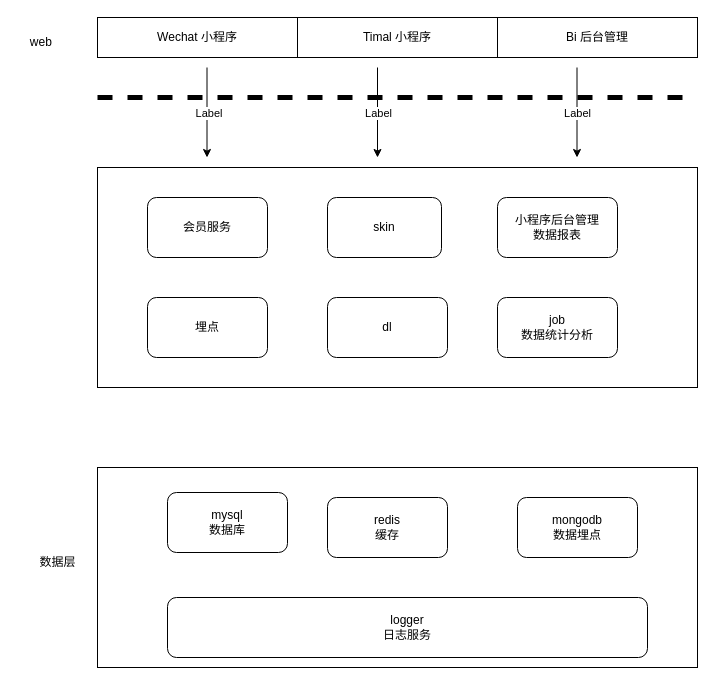
Above: skin-1.drawio in china-xs/kratos-study (draw.io), before the change. Source tidied: cells renumbered, new cells numbered last; positions are measured from the earlier drawing's top-left corner, leaving out a move shared by most shapes. Both pictures are drawn from the tidied source at 100%, with x=0, y=0 at pixel (17, 17).
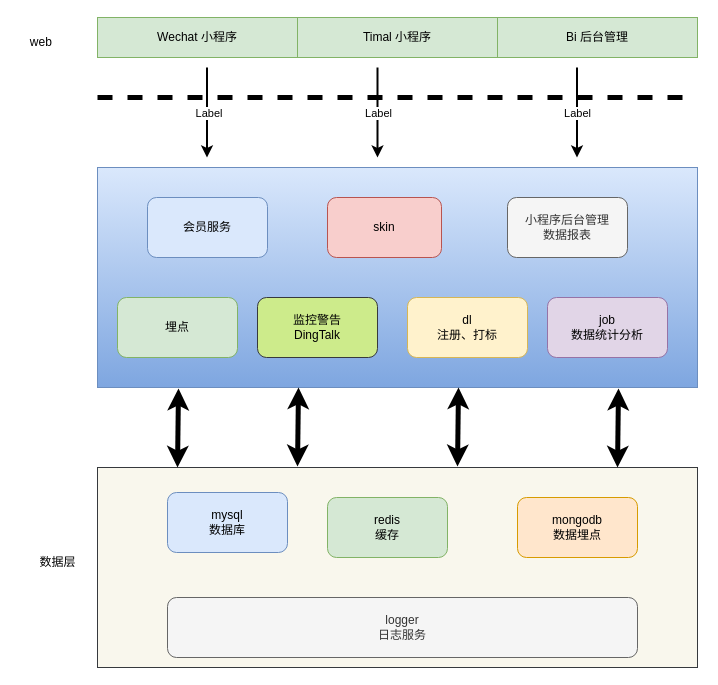
After the change.

The edit, as a diff of the source:
```diff
@@
-    <mxCell id="2" value="Wechat 小程序" style="rounded=0;whiteSpace=wrap;html=1;" parent="1" vertex="1">
+    <mxCell id="2" value="Wechat 小程序" style="rounded=0;whiteSpace=wrap;html=1;fillColor=#d5e8d4;strokeColor=#82b366;" parent="1" vertex="1">
       <mxGeometry x="80" width="200" height="40" as="geometry" />
     </mxCell>
-    <mxCell id="3" value="Timal 小程序" style="rounded=0;whiteSpace=wrap;html=1;" parent="1" vertex="1">
+    <mxCell id="3" value="Timal 小程序" style="rounded=0;whiteSpace=wrap;html=1;fillColor=#d5e8d4;strokeColor=#82b366;" parent="1" vertex="1">
       <mxGeometry x="280" width="200" height="40" as="geometry" />
     </mxCell>
-    <mxCell id="4" value="Bi 后台管理" style="rounded=0;whiteSpace=wrap;html=1;" parent="1" vertex="1">
+    <mxCell id="4" value="Bi 后台管理" style="rounded=0;whiteSpace=wrap;html=1;fillColor=#d5e8d4;strokeColor=#82b366;" parent="1" vertex="1">
       <mxGeometry x="480" width="200" height="40" as="geometry" />
     </mxCell>
@@
-    <mxCell id="6" style="rounded=0;whiteSpace=wrap;html=1;" parent="1" vertex="1">
+    <mxCell id="6" style="rounded=0;whiteSpace=wrap;html=1;fillColor=#dae8fc;gradientColor=#7ea6e0;strokeColor=#6c8ebf;" parent="1" vertex="1">
       <mxGeometry x="80" y="150" width="600" height="220" as="geometry" />
     </mxCell>
-    <mxCell id="7" style="rounded=0;whiteSpace=wrap;html=1;" parent="1" vertex="1">
+    <mxCell id="7" style="rounded=0;whiteSpace=wrap;html=1;fillColor=#f9f7ed;strokeColor=#36393d;" parent="1" vertex="1">
       <mxGeometry x="80" y="450" width="600" height="200" as="geometry" />
     </mxCell>
-    <mxCell id="8" value="mysql&lt;br&gt;数据库" style="rounded=1;whiteSpace=wrap;html=1;" parent="1" vertex="1">
+    <mxCell id="8" value="mysql&lt;br&gt;数据库" style="rounded=1;whiteSpace=wrap;html=1;fillColor=#dae8fc;strokeColor=#6c8ebf;" parent="1" vertex="1">
       <mxGeometry x="150" y="475" width="120" height="60" as="geometry" />
     </mxCell>
@@
-    <mxCell id="10" value="redis&lt;br&gt;缓存" style="rounded=1;whiteSpace=wrap;html=1;" parent="1" vertex="1">
+    <mxCell id="10" value="redis&lt;br&gt;缓存" style="rounded=1;whiteSpace=wrap;html=1;fillColor=#d5e8d4;strokeColor=#82b366;" parent="1" vertex="1">
       <mxGeometry x="310" y="480" width="120" height="60" as="geometry" />
     </mxCell>
-    <mxCell id="11" value="mongodb&lt;br&gt;数据埋点" style="rounded=1;whiteSpace=wrap;html=1;" parent="1" vertex="1">
+    <mxCell id="11" value="mongodb&lt;br&gt;数据埋点" style="rounded=1;whiteSpace=wrap;html=1;fillColor=#ffe6cc;strokeColor=#d79b00;" parent="1" vertex="1">
       <mxGeometry x="500" y="480" width="120" height="60" as="geometry" />
     </mxCell>
-    <mxCell id="12" value="logger&lt;br&gt;日志服务" style="rounded=1;whiteSpace=wrap;html=1;" parent="1" vertex="1">
-      <mxGeometry x="150" y="580" width="480" height="60" as="geometry" />
+    <mxCell id="12" value="logger&lt;br&gt;日志服务" style="rounded=1;whiteSpace=wrap;html=1;fillColor=#f5f5f5;fontColor=#333333;strokeColor=#666666;" parent="1" vertex="1">
+      <mxGeometry x="150" y="580" width="470" height="60" as="geometry" />
     </mxCell>
-    <mxCell id="13" value="会员服务" style="rounded=1;whiteSpace=wrap;html=1;" parent="1" vertex="1">
+    <mxCell id="13" value="会员服务" style="rounded=1;whiteSpace=wrap;html=1;fillColor=#dae8fc;strokeColor=#6c8ebf;" parent="1" vertex="1">
       <mxGeometry x="130" y="180" width="120" height="60" as="geometry" />
     </mxCell>
-    <mxCell id="14" value="skin" style="rounded=1;whiteSpace=wrap;html=1;" parent="1" vertex="1">
+    <mxCell id="14" value="skin" style="rounded=1;whiteSpace=wrap;html=1;fillColor=#f8cecc;strokeColor=#b85450;" parent="1" vertex="1">
       <mxGeometry x="310" y="180" width="114" height="60" as="geometry" />
     </mxCell>
-    <mxCell id="15" value="dl" style="rounded=1;whiteSpace=wrap;html=1;" parent="1" vertex="1">
-      <mxGeometry x="310" y="280" width="120" height="60" as="geometry" />
+    <mxCell id="15" value="dl&lt;br&gt;注册、打标" style="rounded=1;whiteSpace=wrap;html=1;fillColor=#fff2cc;strokeColor=#d6b656;" parent="1" vertex="1">
+      <mxGeometry x="390" y="280" width="120" height="60" as="geometry" />
     </mxCell>
-    <mxCell id="16" value="埋点" style="rounded=1;whiteSpace=wrap;html=1;" parent="1" vertex="1">
-      <mxGeometry x="130" y="280" width="120" height="60" as="geometry" />
+    <mxCell id="16" value="埋点" style="rounded=1;whiteSpace=wrap;html=1;fillColor=#d5e8d4;strokeColor=#82b366;" parent="1" vertex="1">
+      <mxGeometry x="100" y="280" width="120" height="60" as="geometry" />
     </mxCell>
+    <mxCell id="18" value="小程序后台管理&lt;br&gt;数据报表" style="rounded=1;whiteSpace=wrap;html=1;fillColor=#f5f5f5;fontColor=#333333;strokeColor=#666666;" parent="1" vertex="1">
+      <mxGeometry x="490" y="180" width="120" height="60" as="geometry" />
+    </mxCell>
-    <mxCell id="17" value="job &lt;br&gt;数据统计分析" style="rounded=1;whiteSpace=wrap;html=1;" parent="1" vertex="1">
-      <mxGeometry x="480" y="280" width="120" height="60" as="geometry" />
+    <mxCell id="17" value="job &lt;br&gt;数据统计分析" style="rounded=1;whiteSpace=wrap;html=1;fillColor=#e1d5e7;strokeColor=#9673a6;" parent="1" vertex="1">
+      <mxGeometry x="530" y="280" width="120" height="60" as="geometry" />
     </mxCell>
-    <mxCell id="18" value="小程序后台管理&lt;br&gt;数据报表" style="rounded=1;whiteSpace=wrap;html=1;" parent="1" vertex="1">
-      <mxGeometry x="480" y="180" width="120" height="60" as="geometry" />
-    </mxCell>
-    <mxCell id="19" style="endArrow=classic;html=1;rounded=0;" parent="1" edge="1">
+    <mxCell id="19" style="endArrow=classic;html=1;rounded=0;strokeWidth=2;" parent="1" edge="1">
       <mxGeometry relative="1" as="geometry">
         <mxPoint x="360" y="50" as="sourcePoint" />
         <mxPoint x="360" y="140" as="targetPoint" />
       </mxGeometry>
     </mxCell>
@@
-    <mxCell id="21" style="endArrow=classic;html=1;rounded=0;" parent="1" edge="1">
+    <mxCell id="21" style="endArrow=classic;html=1;rounded=0;strokeWidth=2;" parent="1" edge="1">
       <mxGeometry relative="1" as="geometry">
         <mxPoint x="189.5" y="50" as="sourcePoint" />
         <mxPoint x="189.5" y="140" as="targetPoint" />
       </mxGeometry>
     </mxCell>
@@
-    <mxCell id="23" style="endArrow=classic;html=1;rounded=0;" parent="1" edge="1">
+    <mxCell id="23" style="endArrow=classic;html=1;rounded=0;strokeWidth=2;" parent="1" edge="1">
       <mxGeometry relative="1" as="geometry">
         <mxPoint x="559.5" y="50" as="sourcePoint" />
         <mxPoint x="559.5" y="140" as="targetPoint" />
       </mxGeometry>
     </mxCell>
@@
+    <mxCell id="26" style="endArrow=classic;startArrow=classic;html=1;rounded=0;strokeWidth=5;entryX=0.135;entryY=1.005;entryDx=0;entryDy=0;entryPerimeter=0;" parent="1" edge="1" target="6">
+      <mxGeometry relative="1" as="geometry">
+        <mxPoint x="160" y="450" as="sourcePoint" />
+      </mxGeometry>
+    </mxCell>
+    <mxCell id="27" style="endArrow=classic;startArrow=classic;html=1;rounded=0;strokeWidth=5;entryX=0.135;entryY=1.005;entryDx=0;entryDy=0;entryPerimeter=0;" parent="1" edge="1">
+      <mxGeometry relative="1" as="geometry">
+        <mxPoint x="600" y="450" as="sourcePoint" />
+        <mxPoint x="601" y="371.1" as="targetPoint" />
+      </mxGeometry>
+    </mxCell>
+    <mxCell id="28" style="endArrow=classic;startArrow=classic;html=1;rounded=0;strokeWidth=5;entryX=0.135;entryY=1.005;entryDx=0;entryDy=0;entryPerimeter=0;" parent="1" edge="1">
+      <mxGeometry relative="1" as="geometry">
+        <mxPoint x="440" y="448.9" as="sourcePoint" />
+        <mxPoint x="441" y="370" as="targetPoint" />
+      </mxGeometry>
+    </mxCell>
+    <mxCell id="29" style="endArrow=classic;startArrow=classic;html=1;rounded=0;strokeWidth=5;entryX=0.135;entryY=1.005;entryDx=0;entryDy=0;entryPerimeter=0;" parent="1" edge="1">
+      <mxGeometry relative="1" as="geometry">
+        <mxPoint x="280" y="448.9" as="sourcePoint" />
+        <mxPoint x="281" y="370" as="targetPoint" />
+      </mxGeometry>
+    </mxCell>
+    <mxCell id="30" value="监控警告&lt;br&gt;DingTalk" style="rounded=1;whiteSpace=wrap;html=1;fillColor=#cdeb8b;strokeColor=#36393d;" parent="1" vertex="1">
+      <mxGeometry x="240" y="280" width="120" height="60" as="geometry" />
+    </mxCell>
```
